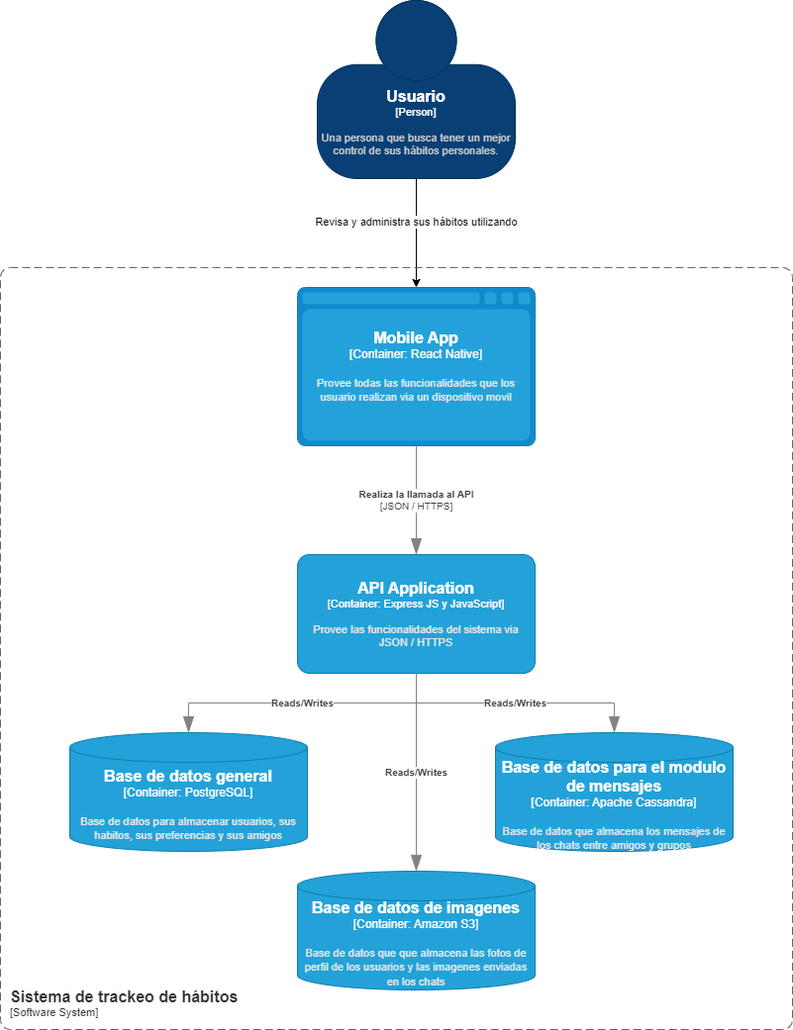
Above: 5/5.2/C4-Container.png in ulima-arqui242/arqui242-grupo6 (draw.io), before the change. Source tidied: cells renumbered, new cells last; positions are measured from the earlier drawing's top-left corner, leaving out a move shared by most shapes.
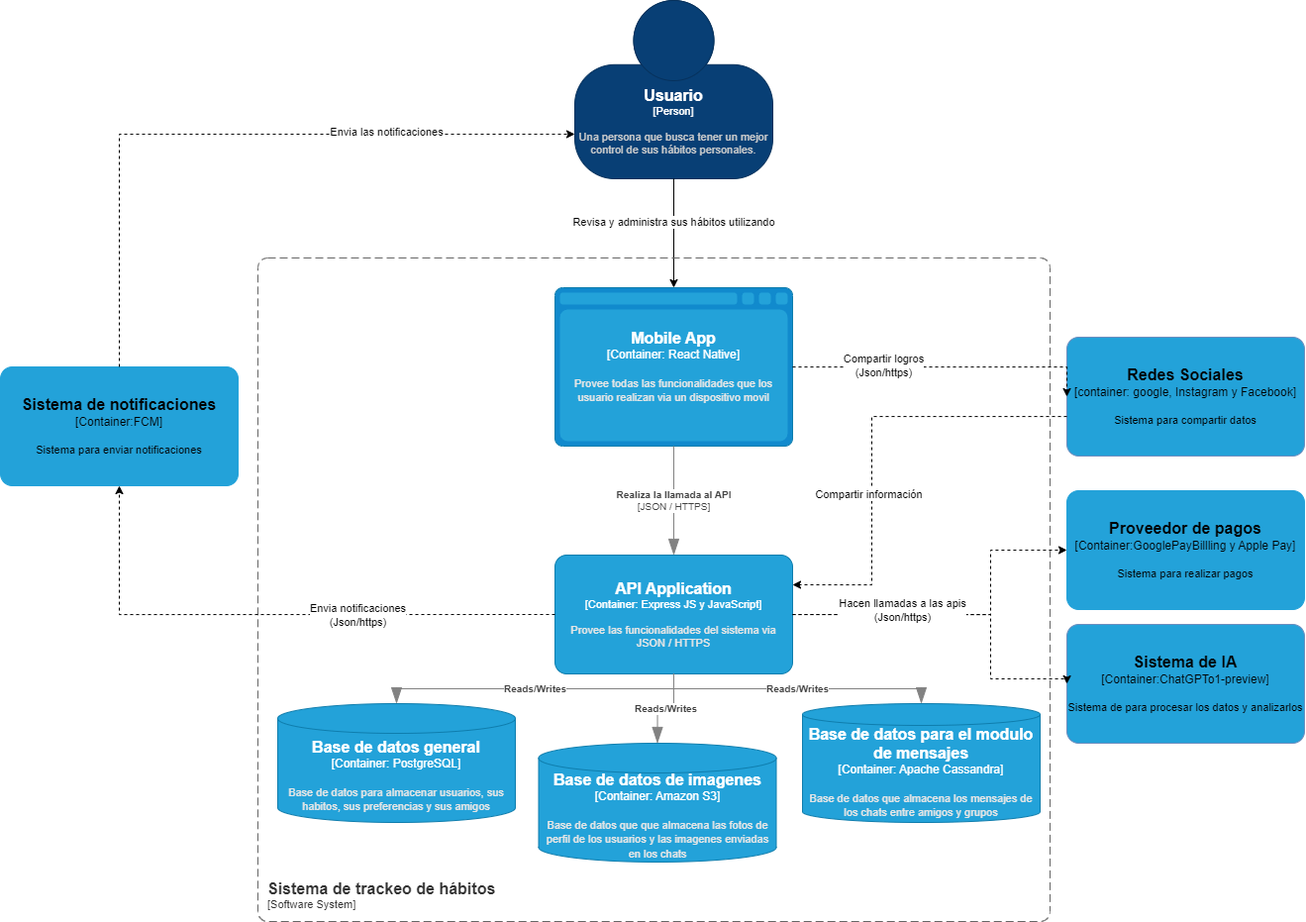
Above is the later version.

Diff of the diagram source:
```diff
@@ -14,7 +14,7 @@
     </object>
     <object id="4" label="&lt;font style=&quot;font-size: 16px&quot;&gt;&lt;b&gt;%c4Name%&lt;/b&gt;&lt;/font&gt;&lt;div&gt;[%c4Type%:&amp;nbsp;%c4Technology%]&lt;/div&gt;&lt;br&gt;&lt;div&gt;&lt;font style=&quot;font-size: 11px&quot;&gt;&lt;font color=&quot;#E6E6E6&quot;&gt;%c4Description%&lt;/font&gt;&lt;/div&gt;" c4Description="Base de datos para almacenar usuarios, sus habitos, sus preferencias y sus amigos" c4Name="Base de datos general" c4Technology="PostgreSQL" c4Type="Container" placeholders="1">
       <mxCell style="shape=cylinder3;size=15;whiteSpace=wrap;html=1;boundedLbl=1;rounded=0;labelBackgroundColor=none;fillColor=#23A2D9;fontSize=12;fontColor=#ffffff;align=center;strokeColor=#0E7DAD;points=[[0.5,0,0],[1,0.25,0],[1,0.5,0],[1,0.75,0],[0.5,1,0],[0,0.75,0],[0,0.5,0],[0,0.25,0]];" parent="1" vertex="1">
-        <mxGeometry x="70" y="740" width="240" height="120" as="geometry" />
+        <mxGeometry x="20" y="710" width="240" height="120" as="geometry" />
       </mxCell>
     </object>
     <mxCell id="5" style="edgeStyle=orthogonalEdgeStyle;rounded=0;jettySize=auto;html=1;entryX=0.5;entryY=0;entryDx=0;entryDy=0;entryPerimeter=0;exitX=0.5;exitY=1;exitDx=0;exitDy=0;exitPerimeter=0;" parent="1" edge="1" source="2" target="3">
@@ -30,12 +30,12 @@
     </object>
     <object id="8" label="&lt;font style=&quot;font-size: 16px&quot;&gt;&lt;b&gt;&lt;div style=&quot;text-align: left&quot;&gt;%c4Name%&lt;/div&gt;&lt;/b&gt;&lt;/font&gt;&lt;div style=&quot;text-align: left&quot;&gt;[%c4Application%]&lt;/div&gt;" c4Application="Software System" c4Name="Sistema de trackeo de hábitos" c4Type="SystemScopeBoundary" placeholders="1">
       <mxCell style="rounded=1;fontSize=11;whiteSpace=wrap;html=1;dashed=1;arcSize=20;fillColor=none;strokeColor=#666666;fontColor=#333333;labelBackgroundColor=none;align=left;verticalAlign=bottom;labelBorderColor=none;spacingTop=0;spacing=10;dashPattern=8 4;perimeter=rectanglePerimeter;noLabel=0;labelPadding=0;absoluteArcSize=1;" parent="1" vertex="1">
-        <mxGeometry y="270" width="800" height="770" as="geometry" />
+        <mxGeometry y="260" width="800" height="670" as="geometry" />
       </mxCell>
     </object>
     <object id="9" label="&lt;font style=&quot;font-size: 16px&quot;&gt;&lt;b&gt;%c4Name%&lt;/b&gt;&lt;/font&gt;&lt;div&gt;[%c4Type%:&amp;nbsp;%c4Technology%]&lt;/div&gt;&lt;br&gt;&lt;div&gt;&lt;font style=&quot;font-size: 11px&quot;&gt;&lt;font color=&quot;#E6E6E6&quot;&gt;%c4Description%&lt;/font&gt;&lt;/div&gt;" c4Description="Base de datos que almacena los mensajes de los chats entre amigos y grupos" c4Name="Base de datos para el modulo de mensajes" c4Technology="Apache Cassandra" c4Type="Container" placeholders="1">
-      <mxCell style="shape=cylinder3;size=15;whiteSpace=wrap;html=1;boundedLbl=1;rounded=0;labelBackgroundColor=none;fillColor=#23A2D9;fontSize=12;fontColor=#ffffff;align=center;strokeColor=#0E7DAD;points=[[0.5,0,0],[1,0.25,0],[1,0.5,0],[1,0.75,0],[0.5,1,0],[0,0.75,0],[0,0.5,0],[0,0.25,0]];" parent="1" vertex="1">
-        <mxGeometry x="500" y="740" width="240" height="120" as="geometry" />
+      <mxCell style="shape=cylinder3;size=11;whiteSpace=wrap;html=1;boundedLbl=1;rounded=0;labelBackgroundColor=none;fillColor=#23A2D9;fontSize=12;fontColor=#ffffff;align=center;strokeColor=#0E7DAD;points=[[0.5,0,0],[1,0.25,0],[1,0.5,0],[1,0.75,0],[0.5,1,0],[0,0.75,0],[0,0.5,0],[0,0.25,0]];" parent="1" vertex="1">
+        <mxGeometry x="550" y="710" width="240" height="120" as="geometry" />
       </mxCell>
     </object>
     <object id="10" label="&lt;div style=&quot;text-align: left&quot;&gt;&lt;div style=&quot;text-align: center&quot;&gt;&lt;b&gt;%c4Description%&lt;/b&gt;&lt;/div&gt;&lt;div style=&quot;text-align: center&quot;&gt;[%c4Technology%]&lt;/div&gt;&lt;/div&gt;" c4Description="Realiza la llamada al API" c4Technology="JSON / HTTPS" c4Type="Relationship" placeholders="1">
@@ -55,7 +55,7 @@
     </object>
     <object id="13" label="&lt;font style=&quot;font-size: 16px&quot;&gt;&lt;b&gt;%c4Name%&lt;/b&gt;&lt;/font&gt;&lt;div&gt;[%c4Type%:&amp;nbsp;%c4Technology%]&lt;/div&gt;&lt;br&gt;&lt;div&gt;&lt;font style=&quot;font-size: 11px&quot;&gt;&lt;font color=&quot;#E6E6E6&quot;&gt;%c4Description%&lt;/font&gt;&lt;/div&gt;" c4Description="Base de datos que que almacena las fotos de perfil de los usuarios y las imagenes enviadas en los chats" c4Name="Base de datos de imagenes" c4Technology="Amazon S3" c4Type="Container" placeholders="1">
       <mxCell style="shape=cylinder3;size=15;whiteSpace=wrap;html=1;boundedLbl=1;rounded=0;labelBackgroundColor=none;fillColor=#23A2D9;fontSize=12;fontColor=#ffffff;align=center;strokeColor=#0E7DAD;points=[[0.5,0,0],[1,0.25,0],[1,0.5,0],[1,0.75,0],[0.5,1,0],[0,0.75,0],[0,0.5,0],[0,0.25,0]];" parent="1" vertex="1">
-        <mxGeometry x="300" y="880" width="240" height="120" as="geometry" />
+        <mxGeometry x="283.5" y="750" width="240" height="120" as="geometry" />
       </mxCell>
     </object>
     <object id="14" label="&lt;div style=&quot;text-align: left&quot;&gt;&lt;div style=&quot;text-align: center&quot;&gt;&lt;b&gt;%c4Description%&lt;/b&gt;&lt;/div&gt;" c4Description="Reads/Writes" c4Type="Relationship" placeholders="1">
@@ -63,5 +63,90 @@
         <mxGeometry relative="1" as="geometry" />
       </mxCell>
     </object>
+    <object id="15" label="&lt;font style=&quot;font-size: 16px&quot;&gt;&lt;b&gt;%c4Name%&lt;/b&gt;&lt;/font&gt;&lt;div&gt;[%c4Type%]&lt;/div&gt;&lt;br&gt;&lt;div&gt;&lt;font style=&quot;font-size: 11px&quot;&gt;&lt;font&gt;%c4Description%&lt;/font&gt;&lt;/font&gt;&lt;/div&gt;" c4Description="Sistema para realizar pagos" c4Name="Proveedor de pagos" c4Type="Container:GooglePayBillling y Apple Pay" placeholders="1">
+      <mxCell style="rounded=1;whiteSpace=wrap;html=1;labelBackgroundColor=none;fillColor=#23A2D9;align=center;arcSize=10;strokeColor=#23A2D9;points=[[0.25,0,0],[0.5,0,0],[0.75,0,0],[1,0.25,0],[1,0.5,0],[1,0.75,0],[0.75,1,0],[0.5,1,0],[0.25,1,0],[0,0.75,0],[0,0.5,0],[0,0.25,0]];fontColor=default;" parent="1" vertex="1">
+        <mxGeometry x="817" y="495" width="240" height="120" as="geometry" />
+      </mxCell>
+    </object>
+    <object id="16" label="&lt;font style=&quot;font-size: 16px&quot;&gt;&lt;b&gt;%c4Name%&lt;/b&gt;&lt;/font&gt;&lt;div&gt;[%c4Type%]&lt;/div&gt;&lt;br&gt;&lt;div&gt;&lt;font style=&quot;font-size: 11px&quot;&gt;&lt;font&gt;%c4Description%&lt;/font&gt;&lt;/font&gt;&lt;/div&gt;" c4Description="Sistema para compartir datos" c4Name="Redes Sociales" c4Type="container: google, Instagram y Facebook" placeholders="1">
+      <mxCell style="rounded=1;whiteSpace=wrap;html=1;labelBackgroundColor=none;fillColor=#23A2D9;align=center;arcSize=10;strokeColor=#6c8ebf;points=[[0.25,0,0],[0.5,0,0],[0.75,0,0],[1,0.25,0],[1,0.5,0],[1,0.75,0],[0.75,1,0],[0.5,1,0],[0.25,1,0],[0,0.75,0],[0,0.5,0],[0,0.25,0]];fontColor=default;" parent="1" vertex="1">
+        <mxGeometry x="817" y="340" width="240" height="120" as="geometry" />
+      </mxCell>
+    </object>
+    <object id="17" label="&lt;font style=&quot;font-size: 16px&quot;&gt;&lt;b&gt;%c4Name%&lt;/b&gt;&lt;/font&gt;&lt;div&gt;[%c4Type%]&lt;/div&gt;&lt;br&gt;&lt;div&gt;&lt;font style=&quot;font-size: 11px&quot;&gt;&lt;font&gt;%c4Description%&lt;/font&gt;&lt;/font&gt;&lt;/div&gt;" c4Description="Sistema para enviar notificaciones" c4Name="Sistema de notificaciones" c4Type="Container:FCM" placeholders="1">
+      <mxCell style="rounded=1;whiteSpace=wrap;html=1;labelBackgroundColor=none;fillColor=#23A2D9;align=center;arcSize=10;strokeColor=#23A2D9;points=[[0.25,0,0],[0.5,0,0],[0.75,0,0],[1,0.25,0],[1,0.5,0],[1,0.75,0],[0.75,1,0],[0.5,1,0],[0.25,1,0],[0,0.75,0],[0,0.5,0],[0,0.25,0]];fontColor=default;" parent="1" vertex="1">
+        <mxGeometry x="-260" y="370" width="240" height="120" as="geometry" />
+      </mxCell>
+    </object>
+    <object id="18" label="&lt;font style=&quot;font-size: 16px&quot;&gt;&lt;b&gt;%c4Name%&lt;/b&gt;&lt;/font&gt;&lt;div&gt;[%c4Type%]&lt;/div&gt;&lt;br&gt;&lt;div&gt;&lt;font style=&quot;font-size: 11px&quot;&gt;&lt;font&gt;%c4Description%&lt;/font&gt;&lt;/font&gt;&lt;/div&gt;" c4Description="Sistema de para procesar los datos y analizarlos" c4Name="Sistema de IA" c4Type="Container:ChatGPTo1-preview" placeholders="1">
+      <mxCell style="rounded=1;whiteSpace=wrap;html=1;labelBackgroundColor=none;fillColor=#23A2D9;align=center;arcSize=10;strokeColor=#6c8ebf;points=[[0.25,0,0],[0.5,0,0],[0.75,0,0],[1,0.25,0],[1,0.5,0],[1,0.75,0],[0.75,1,0],[0.5,1,0],[0.25,1,0],[0,0.75,0],[0,0.5,0],[0,0.25,0]];fontColor=default;" parent="1" vertex="1">
+        <mxGeometry x="817" y="630" width="240" height="120" as="geometry" />
+      </mxCell>
+    </object>
+    <mxCell id="19" style="edgeStyle=orthogonalEdgeStyle;rounded=0;jettySize=auto;html=1;entryX=0.5;entryY=1;entryDx=0;entryDy=0;entryPerimeter=0;dashed=1;exitX=0;exitY=0.5;exitDx=0;exitDy=0;exitPerimeter=0;" parent="1" edge="1" source="7" target="17">
+      <mxGeometry relative="1" as="geometry">
+        <Array as="points">
+          <mxPoint x="-140" y="620" />
+        </Array>
+      </mxGeometry>
+    </mxCell>
+    <mxCell id="20" value="Envia notificaciones&lt;div&gt;(Json/https)&lt;br&gt;&lt;/div&gt;" style="edgeLabel;html=1;align=center;verticalAlign=middle;" parent="19" vertex="1">
+      <mxGeometry x="-0.19" y="3" relative="1" as="geometry">
+        <mxPoint x="31" y="-3" as="offset" />
+      </mxGeometry>
+    </mxCell>
+    <mxCell id="21" style="edgeStyle=orthogonalEdgeStyle;rounded=0;jettySize=auto;html=1;entryX=0;entryY=0.5;entryDx=0;entryDy=0;entryPerimeter=0;dashed=1;" parent="1" edge="1" source="7" target="15">
+      <mxGeometry relative="1" as="geometry">
+        <Array as="points">
+          <mxPoint x="740" y="620" />
+          <mxPoint x="740" y="555" />
+        </Array>
+      </mxGeometry>
+    </mxCell>
+    <mxCell id="22" style="edgeStyle=orthogonalEdgeStyle;rounded=0;jettySize=auto;html=1;entryX=0;entryY=0.5;entryDx=0;entryDy=0;entryPerimeter=0;dashed=1;" parent="1" edge="1" target="18">
+      <mxGeometry relative="1" as="geometry">
+        <mxPoint x="540" y="620" as="sourcePoint" />
+        <Array as="points">
+          <mxPoint x="740" y="620" />
+          <mxPoint x="740" y="685" />
+        </Array>
+      </mxGeometry>
+    </mxCell>
+    <mxCell id="23" value="Hacen llamadas a las apis&lt;div&gt;(Json/https)&lt;/div&gt;" style="edgeLabel;html=1;align=center;verticalAlign=middle;" parent="22" vertex="1">
+      <mxGeometry x="-0.34" y="2" relative="1" as="geometry">
+        <mxPoint x="-5" y="-3" as="offset" />
+      </mxGeometry>
+    </mxCell>
+    <mxCell id="24" style="edgeStyle=orthogonalEdgeStyle;rounded=0;jettySize=auto;html=1;entryX=0;entryY=0.75;entryDx=0;entryDy=0;entryPerimeter=0;exitX=0.5;exitY=0;exitDx=0;exitDy=0;exitPerimeter=0;dashed=1;" parent="1" edge="1" source="17" target="2">
+      <mxGeometry relative="1" as="geometry">
+        <Array as="points">
+          <mxPoint x="-140" y="135" />
+        </Array>
+      </mxGeometry>
+    </mxCell>
+    <mxCell id="25" value="Envia las notificaciones" style="edgeLabel;html=1;align=center;verticalAlign=middle;" parent="24" vertex="1">
+      <mxGeometry x="0.45" y="3" relative="1" as="geometry" />
+    </mxCell>
+    <mxCell id="26" style="edgeStyle=orthogonalEdgeStyle;rounded=0;jettySize=auto;html=1;entryX=0;entryY=0.5;entryDx=0;entryDy=0;entryPerimeter=0;dashed=1;" parent="1" edge="1" source="3" target="16">
+      <mxGeometry relative="1" as="geometry">
+        <Array as="points">
+          <mxPoint x="817" y="370" />
+        </Array>
+      </mxGeometry>
+    </mxCell>
+    <mxCell id="27" value="Compartir logros&lt;div&gt;(Json/https)&lt;br&gt;&lt;/div&gt;" style="edgeLabel;html=1;align=center;verticalAlign=middle;" parent="26" vertex="1">
+      <mxGeometry x="-0.41" y="2" relative="1" as="geometry" />
+    </mxCell>
+    <mxCell id="28" style="edgeStyle=orthogonalEdgeStyle;rounded=0;jettySize=auto;html=1;entryX=1;entryY=0.25;entryDx=0;entryDy=0;entryPerimeter=0;dashed=1;" parent="1" edge="1" source="16" target="7">
+      <mxGeometry relative="1" as="geometry">
+        <Array as="points">
+          <mxPoint x="620" y="420" />
+          <mxPoint x="620" y="590" />
+        </Array>
+      </mxGeometry>
+    </mxCell>
+    <mxCell id="29" value="Compartir información" style="edgeLabel;html=1;align=center;verticalAlign=middle;" parent="28" vertex="1">
+      <mxGeometry x="0.23" y="-4" relative="1" as="geometry" />
+    </mxCell>
   </root>
 </mxGraphModel>
```
